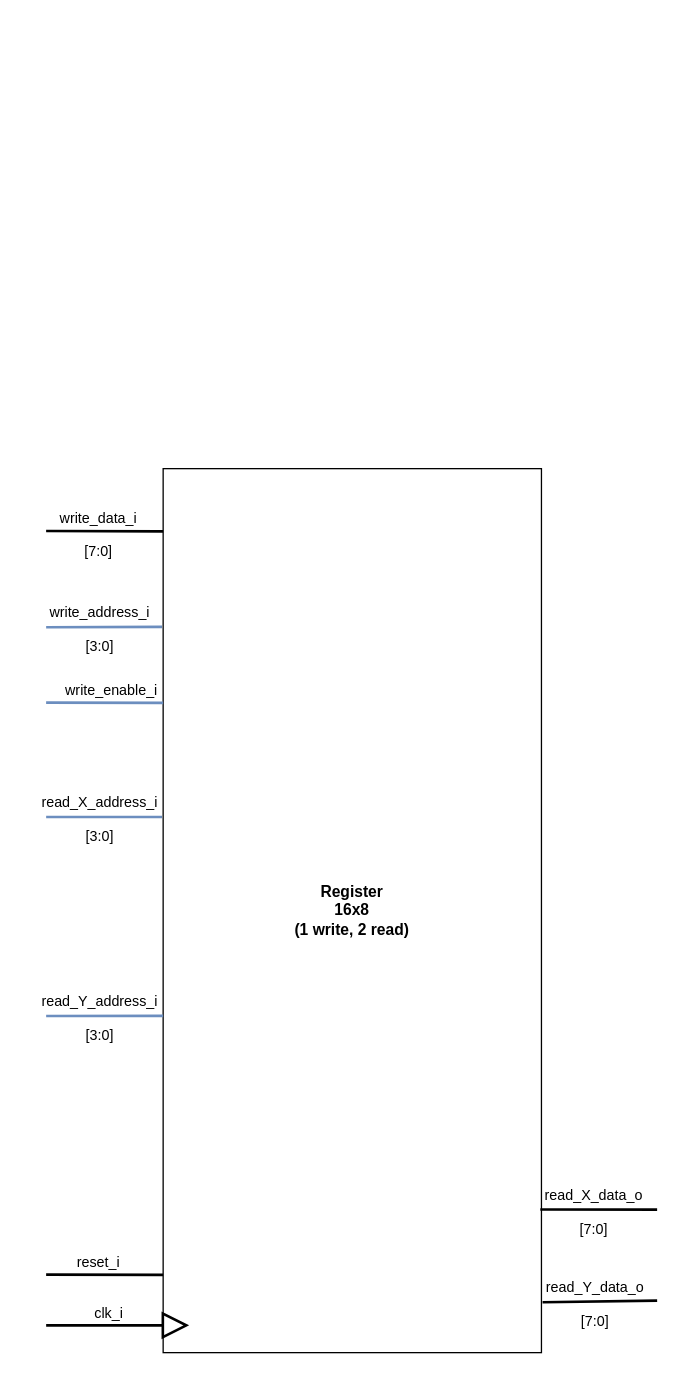
Earlier version of the draw.io diagram Blockbeschreibungen/Register_beschreibung.drawio (graefjk/RO2). Source tidied: cells renumbered, new cells numbered last; positions are measured from the earlier drawing's top-left corner, leaving out a move shared by most shapes. Both pictures are drawn from the tidied source at 130%, with x=0, y=0 at pixel (46, 468).
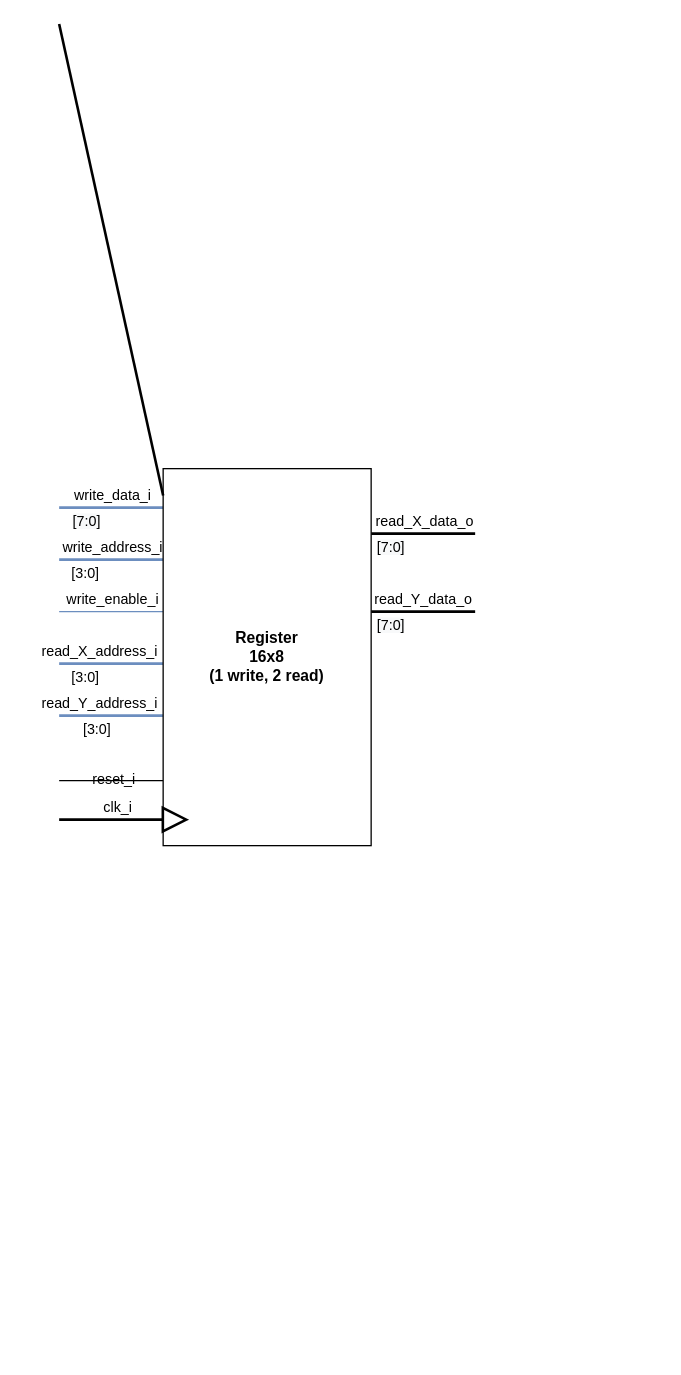
The same page after the edit.

Change to the diagram source:
```diff
@@
+    <mxCell id="21" style="edgeStyle=orthogonalEdgeStyle;rounded=0;jettySize=auto;html=1;strokeWidth=2;endArrow=none;endFill=0;" parent="1" edge="1" source="2">
+      <mxGeometry relative="1" as="geometry">
+        <mxPoint x="330" y="50" as="targetPoint" />
+        <Array as="points">
+          <mxPoint x="280" y="50" />
+          <mxPoint x="280" y="50" />
+        </Array>
+      </mxGeometry>
+    </mxCell>
+    <mxCell id="22" value="&lt;div style=&quot;&quot;&gt;read_X_data_o&lt;/div&gt;" style="edgeLabel;html=1;align=center;verticalAlign=middle;labelBackgroundColor=none;" parent="21" vertex="1">
+      <mxGeometry x="0.35" y="-1" relative="1" as="geometry">
+        <mxPoint x="-14" y="-11" as="offset" />
+      </mxGeometry>
+    </mxCell>
+    <mxCell id="23" value="&lt;span style=&quot;background-color: rgb(248 , 249 , 250)&quot;&gt;[7:0]&lt;/span&gt;" style="edgeLabel;html=1;align=center;verticalAlign=middle;" parent="21" vertex="1">
+      <mxGeometry x="-0.25" y="-3" relative="1" as="geometry">
+        <mxPoint x="-16" y="7" as="offset" />
+      </mxGeometry>
+    </mxCell>
+    <mxCell id="24" style="edgeStyle=orthogonalEdgeStyle;rounded=0;jettySize=auto;html=1;endArrow=none;endFill=0;strokeWidth=2;" parent="1" edge="1" source="2">
+      <mxGeometry relative="1" as="geometry">
+        <mxPoint x="330" y="110" as="targetPoint" />
+        <Array as="points">
+          <mxPoint x="270" y="110" />
+          <mxPoint x="270" y="110" />
+        </Array>
+      </mxGeometry>
+    </mxCell>
+    <mxCell id="25" value="&lt;span style=&quot;&quot;&gt;read_Y_data_o&lt;/span&gt;" style="edgeLabel;html=1;align=center;verticalAlign=middle;labelBackgroundColor=none;" parent="24" vertex="1">
+      <mxGeometry x="0.33" relative="1" as="geometry">
+        <mxPoint x="-13.2" y="-10" as="offset" />
+      </mxGeometry>
+    </mxCell>
+    <mxCell id="26" value="&lt;span style=&quot;background-color: rgb(248 , 249 , 250)&quot;&gt;[7:0]&lt;/span&gt;" style="edgeLabel;html=1;align=center;verticalAlign=middle;" parent="24" vertex="1">
+      <mxGeometry x="-0.38" y="-1" relative="1" as="geometry">
+        <mxPoint x="-10.7" y="9" as="offset" />
+      </mxGeometry>
+    </mxCell>
+    <mxCell id="27" style="edgeStyle=orthogonalEdgeStyle;rounded=0;jettySize=auto;html=1;endArrow=none;endFill=0;strokeWidth=1;" parent="1" edge="1" source="2">
+      <mxGeometry relative="1" as="geometry">
+        <mxPoint x="10" y="240" as="targetPoint" />
+        <Array as="points">
+          <mxPoint x="10" y="240" />
+        </Array>
+      </mxGeometry>
+    </mxCell>
+    <mxCell id="12" value="&lt;span style=&quot;&quot;&gt;reset_i&lt;/span&gt;" style="edgeLabel;html=1;align=center;verticalAlign=middle;labelBackgroundColor=none;" parent="27" vertex="1">
+      <mxGeometry x="1" y="30" relative="1" as="geometry">
+        <mxPoint x="41.2" y="-31.2" as="offset" />
+      </mxGeometry>
+    </mxCell>
+    <mxCell id="28" style="edgeStyle=orthogonalEdgeStyle;rounded=0;jettySize=auto;html=1;endArrow=none;endFill=0;strokeWidth=2;fillColor=#dae8fc;strokeColor=#6c8ebf;" parent="1" edge="1" source="2">
+      <mxGeometry relative="1" as="geometry">
+        <mxPoint x="10" y="190" as="targetPoint" />
+        <Array as="points">
+          <mxPoint x="50" y="190" />
+          <mxPoint x="50" y="190" />
+        </Array>
+      </mxGeometry>
+    </mxCell>
+    <mxCell id="29" value="&lt;div style=&quot;&quot;&gt;read_Y_address_i&lt;/div&gt;" style="edgeLabel;html=1;align=center;verticalAlign=middle;labelBackgroundColor=none;" parent="28" vertex="1">
+      <mxGeometry x="0.33" relative="1" as="geometry">
+        <mxPoint x="3.1" y="-10" as="offset" />
+      </mxGeometry>
+    </mxCell>
+    <mxCell id="30" value="&lt;span style=&quot;&quot;&gt;[3:0]&lt;/span&gt;" style="edgeLabel;html=1;align=center;verticalAlign=middle;labelBackgroundColor=none;" parent="28" vertex="1">
+      <mxGeometry x="1" y="12" relative="1" as="geometry">
+        <mxPoint x="28.5" y="-2" as="offset" />
+      </mxGeometry>
+    </mxCell>
+    <mxCell id="31" style="edgeStyle=orthogonalEdgeStyle;rounded=0;jettySize=auto;html=1;endArrow=none;endFill=0;strokeWidth=2;fillColor=#dae8fc;strokeColor=#6c8ebf;" parent="1" edge="1" source="2">
+      <mxGeometry relative="1" as="geometry">
+        <mxPoint x="10" y="150" as="targetPoint" />
+        <Array as="points">
+          <mxPoint x="40" y="150" />
+          <mxPoint x="40" y="150" />
+        </Array>
+      </mxGeometry>
+    </mxCell>
+    <mxCell id="32" value="&lt;div&gt;read_X_address_i&lt;/div&gt;" style="edgeLabel;html=1;align=center;verticalAlign=middle;labelBackgroundColor=none;" parent="31" vertex="1">
+      <mxGeometry x="0.35" y="1" relative="1" as="geometry">
+        <mxPoint x="4.3" y="-11" as="offset" />
+      </mxGeometry>
+    </mxCell>
+    <mxCell id="33" value="&lt;span style=&quot;&quot;&gt;[3:0]&lt;/span&gt;" style="edgeLabel;html=1;align=center;verticalAlign=middle;labelBackgroundColor=none;" parent="31" vertex="1">
+      <mxGeometry x="0.37" relative="1" as="geometry">
+        <mxPoint x="-5.1" y="10" as="offset" />
+      </mxGeometry>
+    </mxCell>
+    <mxCell id="34" style="edgeStyle=orthogonalEdgeStyle;rounded=0;jettySize=auto;html=1;endArrow=none;endFill=0;strokeWidth=1;fillColor=#dae8fc;strokeColor=#6c8ebf;" parent="1" edge="1" source="2">
+      <mxGeometry relative="1" as="geometry">
+        <mxPoint x="10" y="110" as="targetPoint" />
+        <Array as="points">
+          <mxPoint x="60" y="110" />
+          <mxPoint x="60" y="110" />
+        </Array>
+      </mxGeometry>
+    </mxCell>
+    <mxCell id="6" value="&lt;span style=&quot;&quot;&gt;write_enable_i&lt;/span&gt;" style="edgeLabel;html=1;align=center;verticalAlign=middle;labelBackgroundColor=none;" parent="34" vertex="1">
+      <mxGeometry x="0.8" y="1" relative="1" as="geometry">
+        <mxPoint x="32" y="-11" as="offset" />
+      </mxGeometry>
+    </mxCell>
+    <mxCell id="35" style="edgeStyle=orthogonalEdgeStyle;rounded=0;jettySize=auto;html=1;endArrow=none;endFill=0;strokeWidth=2;fillColor=#dae8fc;strokeColor=#6c8ebf;" parent="1" edge="1" source="2">
+      <mxGeometry relative="1" as="geometry">
+        <mxPoint x="10" y="70" as="targetPoint" />
+        <Array as="points">
+          <mxPoint x="70" y="70" />
+          <mxPoint x="70" y="70" />
+        </Array>
+      </mxGeometry>
+    </mxCell>
+    <mxCell id="36" value="&lt;div style=&quot;&quot;&gt;write_address_i&lt;/div&gt;" style="edgeLabel;html=1;align=center;verticalAlign=middle;labelBackgroundColor=none;" parent="35" vertex="1">
+      <mxGeometry x="0.23" y="-1" relative="1" as="geometry">
+        <mxPoint x="9.1" y="-9" as="offset" />
+      </mxGeometry>
+    </mxCell>
+    <mxCell id="37" value="&lt;span style=&quot;&quot;&gt;[3:0]&lt;/span&gt;" style="edgeLabel;html=1;align=center;verticalAlign=middle;labelBackgroundColor=none;" parent="35" vertex="1">
+      <mxGeometry x="0.77" y="1" relative="1" as="geometry">
+        <mxPoint x="10.9" y="9" as="offset" />
+      </mxGeometry>
+    </mxCell>
+    <mxCell id="38" style="edgeStyle=orthogonalEdgeStyle;rounded=0;jettySize=auto;html=1;endArrow=none;endFill=0;strokeWidth=2;fillColor=#dae8fc;strokeColor=#6c8ebf;" parent="1" edge="1" source="2">
+      <mxGeometry relative="1" as="geometry">
+        <mxPoint x="10" y="30" as="targetPoint" />
+        <Array as="points">
+          <mxPoint x="50" y="30" />
+          <mxPoint x="50" y="30" />
+        </Array>
+      </mxGeometry>
+    </mxCell>
+    <mxCell id="39" value="&lt;div style=&quot;&quot;&gt;write_data_i&lt;/div&gt;" style="edgeLabel;html=1;align=center;verticalAlign=middle;labelBackgroundColor=none;" parent="38" vertex="1">
+      <mxGeometry x="0.7" relative="1" as="geometry">
+        <mxPoint x="28" y="-10" as="offset" />
+      </mxGeometry>
+    </mxCell>
+    <mxCell id="40" value="&lt;span style=&quot;background-color: rgb(248 , 249 , 250)&quot;&gt;[7:0]&lt;/span&gt;" style="edgeLabel;html=1;align=center;verticalAlign=middle;" parent="38" vertex="1">
+      <mxGeometry x="0.68" y="1" relative="1" as="geometry">
+        <mxPoint x="7.4" y="9" as="offset" />
+      </mxGeometry>
+    </mxCell>
     <mxCell id="2" value="&lt;div&gt;&lt;b&gt;Register&lt;/b&gt;&lt;/div&gt;&lt;div&gt;&lt;b&gt;16x8&lt;/b&gt;&lt;/div&gt;&lt;div&gt;&lt;b&gt;(1 write, 2 read)&lt;br&gt;&lt;/b&gt;&lt;/div&gt;" style="rounded=0;whiteSpace=wrap;html=1;" parent="1" vertex="1">
-      <mxGeometry x="90" width="291" height="680" as="geometry" />
+      <mxGeometry x="90" width="160" height="290" as="geometry" />
     </mxCell>
-    <mxCell id="3" style="endArrow=none;html=1;rounded=0;labelBackgroundColor=none;startSize=8;endSize=8;strokeColor=#6c8ebf;strokeWidth=2;jumpSize=8;entryX=-0.003;entryY=0.179;entryDx=0;entryDy=0;entryPerimeter=0;fillColor=#dae8fc;" parent="1" edge="1" target="2">
-      <mxGeometry relative="1" as="geometry">
-        <mxPoint y="122" as="sourcePoint" />
-      </mxGeometry>
-    </mxCell>
-    <mxCell id="4" value="&lt;div&gt;write_address_i&lt;/div&gt;&lt;div&gt;&lt;br&gt;&lt;/div&gt;&lt;div&gt;[3:0]&lt;br&gt;&lt;/div&gt;" style="edgeLabel;html=1;align=center;verticalAlign=middle;labelBackgroundColor=none;" parent="3" vertex="1">
-      <mxGeometry x="-0.37" y="-2" relative="1" as="geometry">
-        <mxPoint x="12" as="offset" />
-      </mxGeometry>
-    </mxCell>
-    <mxCell id="5" style="endArrow=none;html=1;rounded=0;labelBackgroundColor=none;startSize=8;endSize=8;strokeColor=#6c8ebf;strokeWidth=2;jumpSize=8;entryX=0;entryY=0.265;entryDx=0;entryDy=0;entryPerimeter=0;fillColor=#dae8fc;" parent="1" edge="1" target="2">
-      <mxGeometry relative="1" as="geometry">
-        <mxPoint y="180" as="sourcePoint" />
-      </mxGeometry>
-    </mxCell>
-    <mxCell id="6" value="&lt;div&gt;write_enable_i&lt;/div&gt;" style="edgeLabel;html=1;align=center;verticalAlign=middle;labelBackgroundColor=none;" parent="5" vertex="1">
-      <mxGeometry x="-0.37" y="-2" relative="1" as="geometry">
-        <mxPoint x="22" y="-12" as="offset" />
-      </mxGeometry>
-    </mxCell>
-    <mxCell id="7" style="endArrow=none;html=1;rounded=0;labelBackgroundColor=none;startSize=8;endSize=8;strokeColor=#6c8ebf;strokeWidth=2;jumpSize=8;entryX=-0.003;entryY=0.394;entryDx=0;entryDy=0;entryPerimeter=0;fillColor=#dae8fc;" parent="1" edge="1" target="2">
-      <mxGeometry relative="1" as="geometry">
-        <mxPoint y="268" as="sourcePoint" />
-      </mxGeometry>
-    </mxCell>
-    <mxCell id="8" value="&lt;div&gt;read_X_address_i&lt;/div&gt;&lt;div&gt;&lt;br&gt;&lt;/div&gt;&lt;div&gt;[3:0]&lt;br&gt;&lt;/div&gt;" style="edgeLabel;html=1;align=center;verticalAlign=middle;labelBackgroundColor=none;" parent="7" vertex="1">
-      <mxGeometry x="-0.37" y="-2" relative="1" as="geometry">
-        <mxPoint x="12" as="offset" />
-      </mxGeometry>
-    </mxCell>
-    <mxCell id="9" style="endArrow=none;html=1;rounded=0;labelBackgroundColor=none;startSize=8;endSize=8;strokeColor=#6c8ebf;strokeWidth=2;jumpSize=8;entryX=0;entryY=0.619;entryDx=0;entryDy=0;entryPerimeter=0;fillColor=#dae8fc;" parent="1" edge="1" target="2">
-      <mxGeometry relative="1" as="geometry">
-        <mxPoint y="421" as="sourcePoint" />
-      </mxGeometry>
-    </mxCell>
-    <mxCell id="10" value="&lt;div&gt;read_Y_address_i&lt;/div&gt;&lt;div&gt;&lt;br&gt;&lt;/div&gt;&lt;div&gt;[3:0]&lt;br&gt;&lt;/div&gt;" style="edgeLabel;html=1;align=center;verticalAlign=middle;labelBackgroundColor=none;" parent="9" vertex="1">
-      <mxGeometry x="-0.37" y="-2" relative="1" as="geometry">
-        <mxPoint x="12" as="offset" />
-      </mxGeometry>
-    </mxCell>
-    <mxCell id="11" style="endArrow=none;html=1;rounded=0;labelBackgroundColor=none;startSize=8;endSize=8;strokeColor=default;strokeWidth=2;jumpSize=8;entryX=0;entryY=0.912;entryDx=0;entryDy=0;entryPerimeter=0;" parent="1" edge="1" target="2">
-      <mxGeometry relative="1" as="geometry">
-        <mxPoint y="620" as="sourcePoint" />
-      </mxGeometry>
-    </mxCell>
-    <mxCell id="12" value="reset_i" style="edgeLabel;html=1;align=center;verticalAlign=middle;labelBackgroundColor=none;" parent="11" vertex="1">
-      <mxGeometry x="-0.37" y="-2" relative="1" as="geometry">
-        <mxPoint x="12" y="-12" as="offset" />
-      </mxGeometry>
-    </mxCell>
+    <mxCell id="15" style="endArrow=none;html=1;rounded=0;labelBackgroundColor=none;startSize=8;endSize=8;strokeColor=default;strokeWidth=2;jumpSize=8;entryX=0;entryY=0.071;entryDx=0;entryDy=0;entryPerimeter=0;" parent="1" edge="1" target="2">
+      <mxGeometry relative="1" as="geometry">
+        <mxPoint x="10" y="-342" as="sourcePoint" />
+      </mxGeometry>
+    </mxCell>
-    <mxCell id="13" style="endArrow=block;html=1;rounded=0;labelBackgroundColor=none;startSize=8;endSize=16;endFill=0;strokeColor=default;strokeWidth=2;jumpSize=8;sourcePerimeterSpacing=0;" parent="1" edge="1">
+    <mxCell id="13" style="endArrow=block;html=1;rounded=0;labelBackgroundColor=none;startSize=8;endSize=16;endFill=0;strokeWidth=2;jumpSize=8;sourcePerimeterSpacing=0;" parent="1" edge="1">
       <mxGeometry relative="1" as="geometry">
-        <mxPoint y="659" as="sourcePoint" />
-        <mxPoint x="110" y="659" as="targetPoint" />
+        <mxPoint x="10" y="270" as="sourcePoint" />
+        <mxPoint x="110" y="270" as="targetPoint" />
       </mxGeometry>
     </mxCell>
@@
-    <mxCell id="15" style="endArrow=none;html=1;rounded=0;labelBackgroundColor=none;startSize=8;endSize=8;strokeColor=default;strokeWidth=2;jumpSize=8;entryX=0;entryY=0.071;entryDx=0;entryDy=0;entryPerimeter=0;" parent="1" edge="1" target="2">
-      <mxGeometry relative="1" as="geometry">
-        <mxPoint y="48" as="sourcePoint" />
-      </mxGeometry>
-    </mxCell>
-    <mxCell id="16" value="&lt;div&gt;write_data_i&lt;/div&gt;&lt;div&gt;&lt;br&gt;&lt;/div&gt;&lt;div&gt;[7:0]&lt;br&gt;&lt;/div&gt;" style="edgeLabel;html=1;align=center;verticalAlign=middle;labelBackgroundColor=none;" parent="15" vertex="1">
-      <mxGeometry x="-0.37" y="-2" relative="1" as="geometry">
-        <mxPoint x="12" as="offset" />
-      </mxGeometry>
-    </mxCell>
-    <mxCell id="17" style="endArrow=none;html=1;rounded=0;labelBackgroundColor=none;startSize=8;endSize=8;strokeColor=default;strokeWidth=2;jumpSize=8;exitX=0.997;exitY=0.838;exitDx=0;exitDy=0;exitPerimeter=0;" parent="1" edge="1" source="2">
-      <mxGeometry relative="1" as="geometry">
-        <mxPoint x="470" y="570" as="targetPoint" />
-      </mxGeometry>
-    </mxCell>
-    <mxCell id="18" value="&lt;div&gt;read_X_data_o&lt;/div&gt;&lt;div&gt;&lt;br&gt;&lt;/div&gt;&lt;div&gt;[7:0]&lt;br&gt;&lt;/div&gt;" style="edgeLabel;html=1;align=center;verticalAlign=middle;labelBackgroundColor=none;" parent="17" vertex="1">
-      <mxGeometry x="-0.37" y="-2" relative="1" as="geometry">
-        <mxPoint x="12" as="offset" />
-      </mxGeometry>
-    </mxCell>
-    <mxCell id="19" style="endArrow=none;html=1;rounded=0;labelBackgroundColor=none;startSize=8;endSize=8;strokeColor=default;strokeWidth=2;jumpSize=8;exitX=1.003;exitY=0.943;exitDx=0;exitDy=0;exitPerimeter=0;" parent="1" edge="1" source="2">
-      <mxGeometry relative="1" as="geometry">
-        <mxPoint x="470" y="640" as="targetPoint" />
-      </mxGeometry>
-    </mxCell>
-    <mxCell id="20" value="&lt;div&gt;read_Y_data_o&lt;/div&gt;&lt;div&gt;&lt;br&gt;&lt;/div&gt;&lt;div&gt;[7:0]&lt;br&gt;&lt;/div&gt;" style="edgeLabel;html=1;align=center;verticalAlign=middle;labelBackgroundColor=none;" parent="19" vertex="1">
-      <mxGeometry x="-0.37" y="-2" relative="1" as="geometry">
-        <mxPoint x="12" as="offset" />
-      </mxGeometry>
-    </mxCell>
```
